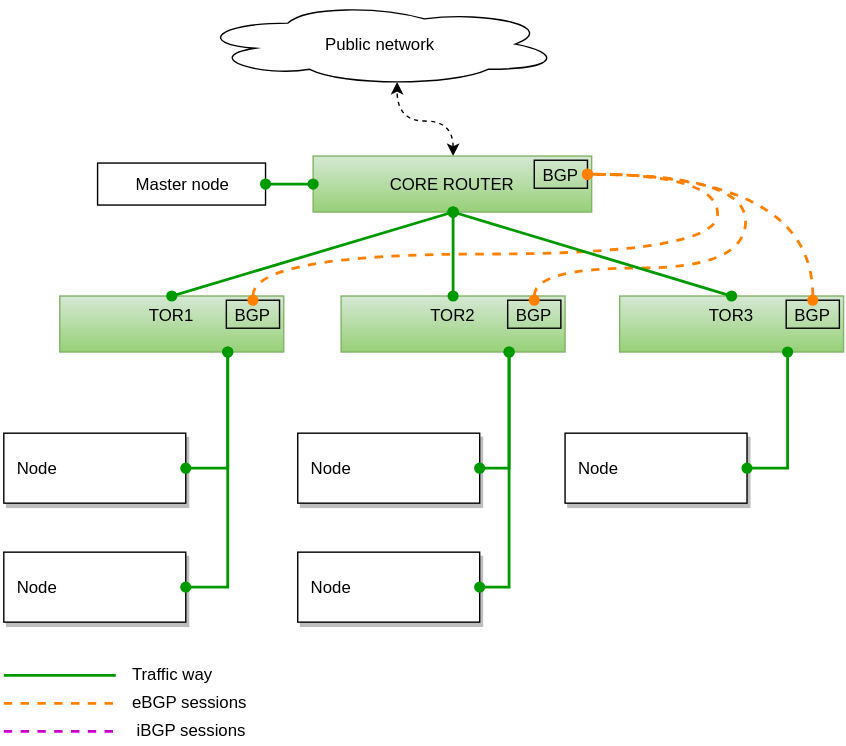
xenolog/vagrant-multirack keeps this draw.io diagram as img/Typical_multirack.svg. Above is the earlier version. Source tidied: cells renumbered, new cells last; positions are measured from the earlier drawing's top-left corner, leaving out a move shared by most shapes. The source it was exported from:
```xml
<mxGraphModel background="#ffffff">
  <root>
    <mxCell id="0" />
    <mxCell id="1" parent="0" />
    <mxCell id="2" value="Master node" style="whiteSpace=wrap;html=1;shadow=0;" parent="1" vertex="1">
      <mxGeometry x="67" y="115" width="120" height="30" as="geometry" />
    </mxCell>
    <mxCell id="3" value="Public network" style="ellipse;shape=cloud;whiteSpace=wrap;html=1;" parent="1" vertex="1">
      <mxGeometry x="138" width="260" height="60" as="geometry" />
    </mxCell>
    <mxCell id="4" value="&lt;div style=&quot;text-align: left&quot;&gt;&amp;nbsp; Node&lt;/div&gt;" style="whiteSpace=wrap;html=1;shadow=1;align=left;" parent="1" vertex="1">
      <mxGeometry x="401" y="308" width="130" height="50" as="geometry" />
    </mxCell>
    <mxCell id="5" style="edgeStyle=orthogonalEdgeStyle;curved=1;rounded=0;html=1;exitX=0.5;exitY=0;entryX=0.55;entryY=0.95;entryPerimeter=0;dashed=1;startArrow=classic;startFill=1;endArrow=classic;endFill=1;strokeColor=#000000;strokeWidth=1;" parent="1" edge="1" source="16" target="3">
      <mxGeometry relative="1" as="geometry" />
    </mxCell>
    <mxCell id="6" style="group;" parent="1" vertex="1">
      <mxGeometry x="440" y="210" width="160" height="40" as="geometry" />
    </mxCell>
    <mxCell id="7" value="TOR3&lt;br&gt;&lt;br&gt;" style="whiteSpace=wrap;html=1;plain-green;" parent="6" vertex="1">
      <mxGeometry width="160" height="40" as="geometry" />
    </mxCell>
    <mxCell id="8" value="BGP" style="text;html=1;strokeColor=#000000;fillColor=none;align=center;verticalAlign=middle;whiteSpace=wrap;" parent="6" vertex="1">
      <mxGeometry x="119" y="3" width="38" height="20" as="geometry" />
    </mxCell>
    <mxCell id="9" style="group;" parent="1" vertex="1">
      <mxGeometry x="241" y="210" width="160" height="40" as="geometry" />
    </mxCell>
    <mxCell id="10" value="TOR2&lt;br&gt;&lt;br&gt;" style="whiteSpace=wrap;html=1;plain-green;" parent="9" vertex="1">
      <mxGeometry width="160" height="40" as="geometry" />
    </mxCell>
    <mxCell id="11" value="BGP" style="text;html=1;strokeColor=#000000;fillColor=none;align=center;verticalAlign=middle;whiteSpace=wrap;" parent="9" vertex="1">
      <mxGeometry x="119" y="3" width="38" height="20" as="geometry" />
    </mxCell>
    <mxCell id="12" style="group;" parent="1" vertex="1">
      <mxGeometry x="40" y="210" width="160" height="40" as="geometry" />
    </mxCell>
    <mxCell id="13" value="TOR1&lt;br&gt;&lt;br&gt;" style="whiteSpace=wrap;html=1;plain-green;" parent="12" vertex="1">
      <mxGeometry width="160" height="40" as="geometry" />
    </mxCell>
    <mxCell id="14" value="BGP" style="text;html=1;strokeColor=#000000;fillColor=none;align=center;verticalAlign=middle;whiteSpace=wrap;" parent="12" vertex="1">
      <mxGeometry x="119" y="3" width="38" height="20" as="geometry" />
    </mxCell>
    <mxCell id="15" style="group;" parent="1" vertex="1">
      <mxGeometry x="221" y="110" width="199" height="40" as="geometry" />
    </mxCell>
    <mxCell id="16" value="CORE ROUTER" style="whiteSpace=wrap;html=1;plain-green;" parent="15" vertex="1">
      <mxGeometry width="199" height="40" as="geometry" />
    </mxCell>
    <mxCell id="17" value="BGP" style="text;html=1;strokeColor=#000000;fillColor=none;align=center;verticalAlign=middle;whiteSpace=wrap;" parent="15" vertex="1">
      <mxGeometry x="158" y="3" width="38" height="20" as="geometry" />
    </mxCell>
    <mxCell id="18" style="rounded=0;html=1;exitX=0.5;exitY=0;entryX=0.5;entryY=1;startArrow=oval;startFill=1;endArrow=oval;endFill=1;strokeColor=#009900;strokeWidth=2;" parent="1" edge="1" source="13" target="16">
      <mxGeometry relative="1" as="geometry" />
    </mxCell>
    <mxCell id="19" value="&amp;nbsp; Node" style="whiteSpace=wrap;html=1;shadow=1;align=left;spacingRight=6;" parent="1" vertex="1">
      <mxGeometry y="308" width="130" height="50" as="geometry" />
    </mxCell>
    <mxCell id="20" value="&lt;div style=&quot;text-align: left&quot;&gt;&lt;span style=&quot;line-height: 1.2&quot;&gt;&amp;nbsp; Node&lt;/span&gt;&lt;/div&gt;" style="whiteSpace=wrap;html=1;shadow=1;align=left;" parent="1" vertex="1">
      <mxGeometry y="393" width="130" height="50" as="geometry" />
    </mxCell>
    <mxCell id="21" value="&amp;nbsp; Node" style="whiteSpace=wrap;html=1;shadow=1;align=left;" parent="1" vertex="1">
      <mxGeometry x="210" y="393" width="130" height="50" as="geometry" />
    </mxCell>
    <mxCell id="22" value="&amp;nbsp; Node" style="whiteSpace=wrap;html=1;shadow=1;align=left;" parent="1" vertex="1">
      <mxGeometry x="210" y="308" width="130" height="50" as="geometry" />
    </mxCell>
    <mxCell id="23" style="edgeStyle=elbowEdgeStyle;rounded=0;html=1;entryX=0.75;entryY=1;startArrow=oval;startFill=1;endArrow=oval;endFill=1;strokeColor=#009900;strokeWidth=2;exitX=1;exitY=0.5;" parent="1" edge="1" source="19" target="13">
      <mxGeometry relative="1" as="geometry">
        <Array as="points">
          <mxPoint x="160" y="333" />
        </Array>
      </mxGeometry>
    </mxCell>
    <mxCell id="24" style="rounded=0;html=1;exitX=0.5;exitY=0;entryX=1;entryY=0.5;startArrow=oval;startFill=1;endArrow=oval;endFill=1;strokeColor=#FF8000;strokeWidth=2;dashed=1;edgeStyle=orthogonalEdgeStyle;curved=1;" parent="1" edge="1" source="14" target="17">
      <mxGeometry x="350" y="194" as="geometry">
        <Array as="points">
          <mxPoint x="178" y="180" />
          <mxPoint x="510" y="180" />
          <mxPoint x="510" y="123" />
        </Array>
      </mxGeometry>
    </mxCell>
    <mxCell id="25" style="rounded=0;html=1;exitX=0.5;exitY=0;entryX=1;entryY=0.5;startArrow=oval;startFill=1;endArrow=oval;endFill=1;strokeColor=#FF8000;strokeWidth=2;dashed=1;edgeStyle=orthogonalEdgeStyle;curved=1;" parent="1" edge="1" source="11" target="17">
      <mxGeometry x="360" y="204" as="geometry">
        <Array as="points">
          <mxPoint x="379" y="190" />
          <mxPoint x="530" y="190" />
          <mxPoint x="530" y="123" />
        </Array>
      </mxGeometry>
    </mxCell>
    <mxCell id="26" style="rounded=0;html=1;exitX=0.5;exitY=0;entryX=1;entryY=0.5;startArrow=oval;startFill=1;endArrow=oval;endFill=1;strokeColor=#FF8000;strokeWidth=2;dashed=1;edgeStyle=orthogonalEdgeStyle;curved=1;" parent="1" edge="1" source="8" target="17">
      <mxGeometry x="370" y="214" as="geometry" />
    </mxCell>
    <mxCell id="27" style="edgeStyle=elbowEdgeStyle;rounded=0;html=1;exitX=1;exitY=0.5;entryX=0.75;entryY=1;startArrow=oval;startFill=1;endArrow=oval;endFill=1;strokeColor=#009900;strokeWidth=2;" parent="1" edge="1" source="20" target="13">
      <mxGeometry relative="1" as="geometry">
        <Array as="points">
          <mxPoint x="160" y="410" />
        </Array>
      </mxGeometry>
    </mxCell>
    <mxCell id="28" style="edgeStyle=elbowEdgeStyle;rounded=0;html=1;exitX=1;exitY=0.5;entryX=0.75;entryY=1;startArrow=oval;startFill=1;endArrow=oval;endFill=1;strokeColor=#009900;strokeWidth=2;" parent="1" edge="1" source="21" target="10">
      <mxGeometry x="180" y="374" as="geometry">
        <Array as="points">
          <mxPoint x="361" y="410" />
        </Array>
      </mxGeometry>
    </mxCell>
    <mxCell id="29" style="edgeStyle=elbowEdgeStyle;rounded=0;html=1;exitX=1;exitY=0.5;entryX=0.75;entryY=1;startArrow=oval;startFill=1;endArrow=oval;endFill=1;strokeColor=#009900;strokeWidth=2;" parent="1" edge="1" source="22" target="10">
      <mxGeometry x="191" y="390" as="geometry">
        <Array as="points">
          <mxPoint x="361" y="340" />
        </Array>
      </mxGeometry>
    </mxCell>
    <mxCell id="30" style="rounded=0;html=1;exitX=0.5;exitY=0;entryX=0.5;entryY=1;startArrow=oval;startFill=1;endArrow=oval;endFill=1;strokeColor=#009900;strokeWidth=2;" parent="1" edge="1" source="7" target="16">
      <mxGeometry x="220" y="244" as="geometry" />
    </mxCell>
    <mxCell id="31" style="rounded=0;html=1;exitX=0.5;exitY=0;entryX=0.5;entryY=1;startArrow=oval;startFill=1;endArrow=oval;endFill=1;strokeColor=#009900;strokeWidth=2;" parent="1" edge="1" source="10" target="16">
      <mxGeometry x="210" y="234" as="geometry" />
    </mxCell>
    <mxCell id="32" style="edgeStyle=elbowEdgeStyle;rounded=0;html=1;exitX=1;exitY=0.5;entryX=0.75;entryY=1;startArrow=oval;startFill=1;endArrow=oval;endFill=1;strokeColor=#009900;strokeWidth=2;" parent="1" edge="1" source="4" target="7">
      <mxGeometry x="190" y="384" as="geometry">
        <Array as="points">
          <mxPoint x="560" y="333" />
        </Array>
      </mxGeometry>
    </mxCell>
    <mxCell id="33" style="edgeStyle=none;rounded=0;html=1;startArrow=oval;startFill=1;endArrow=oval;endFill=1;exitX=1;exitY=0.5;strokeColor=#009900;strokeWidth=2;" parent="1" edge="1" source="2" target="16">
      <mxGeometry relative="1" as="geometry" />
    </mxCell>
    <mxCell id="34" style="group;" parent="1" vertex="1">
      <mxGeometry y="470" width="440" height="60" as="geometry" />
    </mxCell>
    <mxCell id="35" style="group;" parent="34" vertex="1">
      <mxGeometry width="440" height="20" as="geometry" />
    </mxCell>
    <mxCell id="36" style="rounded=0;html=1;startArrow=none;startFill=0;endArrow=none;endFill=0;strokeColor=#009900;strokeWidth=2;" parent="35" edge="1">
      <mxGeometry x="-344" y="135" as="geometry">
        <mxPoint y="11" as="sourcePoint" />
        <mxPoint x="80" y="11" as="targetPoint" />
      </mxGeometry>
    </mxCell>
    <mxCell id="37" value="&lt;div style=&quot;text-align: left&quot;&gt;&lt;span&gt;Traffic way&lt;/span&gt;&lt;/div&gt;" style="text;html=1;strokeColor=none;fillColor=none;align=left;verticalAlign=middle;whiteSpace=wrap;" parent="35" vertex="1">
      <mxGeometry x="90" width="350" height="20" as="geometry" />
    </mxCell>
    <mxCell id="38" style="group;" parent="34" vertex="1">
      <mxGeometry y="20" width="440" height="20" as="geometry" />
    </mxCell>
    <mxCell id="39" style="rounded=0;html=1;startArrow=none;startFill=0;endArrow=none;endFill=0;strokeColor=#FF8000;strokeWidth=2;dashed=1;" parent="38" edge="1">
      <mxGeometry x="-344" y="135" as="geometry">
        <mxPoint y="11" as="sourcePoint" />
        <mxPoint x="80" y="11" as="targetPoint" />
      </mxGeometry>
    </mxCell>
    <mxCell id="40" value="&lt;div style=&quot;text-align: left&quot;&gt;&lt;span&gt;eBGP sessions&lt;/span&gt;&lt;/div&gt;" style="text;html=1;strokeColor=none;fillColor=none;align=left;verticalAlign=middle;whiteSpace=wrap;" parent="38" vertex="1">
      <mxGeometry x="90" width="350" height="20" as="geometry" />
    </mxCell>
    <mxCell id="41" style="group;" parent="34" vertex="1">
      <mxGeometry y="40" width="440" height="20" as="geometry" />
    </mxCell>
    <mxCell id="42" style="rounded=0;html=1;startArrow=none;startFill=0;endArrow=none;endFill=0;strokeColor=#CC00CC;strokeWidth=2;dashed=1;" parent="41" edge="1">
      <mxGeometry x="-344" y="135" as="geometry">
        <mxPoint y="11" as="sourcePoint" />
        <mxPoint x="80" y="11" as="targetPoint" />
      </mxGeometry>
    </mxCell>
    <mxCell id="43" value="&lt;div style=&quot;text-align: left&quot;&gt;&lt;span&gt;&amp;nbsp;iBGP sessions&lt;/span&gt;&lt;/div&gt;" style="text;html=1;strokeColor=none;fillColor=none;align=left;verticalAlign=middle;whiteSpace=wrap;" parent="41" vertex="1">
      <mxGeometry x="90" width="350" height="20" as="geometry" />
    </mxCell>
  </root>
</mxGraphModel>
```
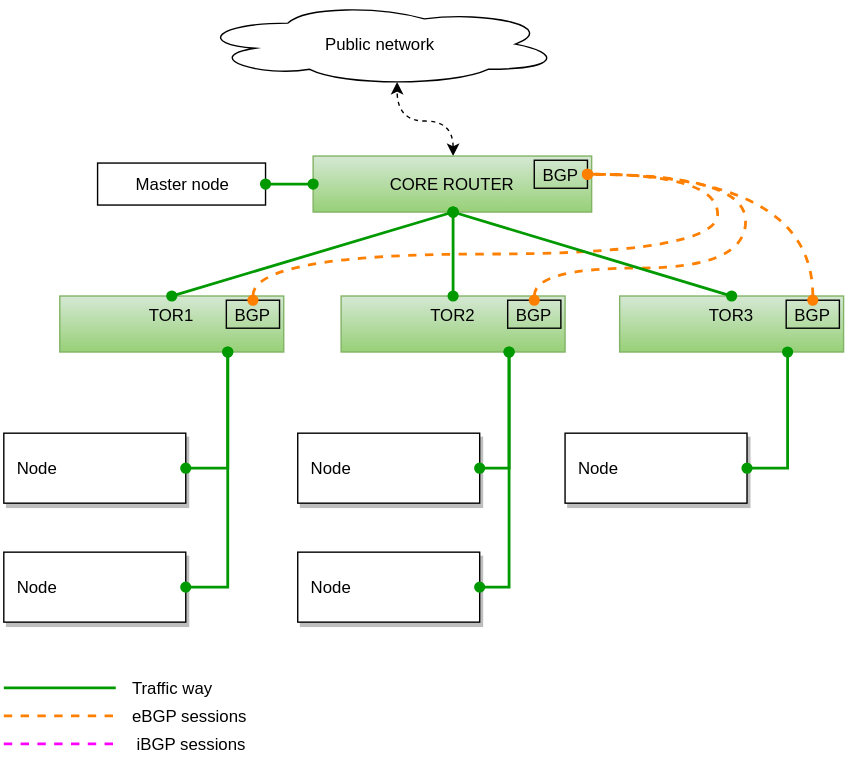
After the commit.

What changed in the source:
```diff
@@ -130,44 +130,35 @@
     <mxCell id="33" style="edgeStyle=none;rounded=0;html=1;startArrow=oval;startFill=1;endArrow=oval;endFill=1;exitX=1;exitY=0.5;strokeColor=#009900;strokeWidth=2;" parent="1" edge="1" source="2" target="16">
       <mxGeometry relative="1" as="geometry" />
     </mxCell>
-    <mxCell id="34" style="group;" parent="1" vertex="1">
-      <mxGeometry y="470" width="440" height="60" as="geometry" />
-    </mxCell>
-    <mxCell id="35" style="group;" parent="34" vertex="1">
-      <mxGeometry width="440" height="20" as="geometry" />
-    </mxCell>
+    <mxCell id="44" style="group;" parent="1" vertex="1">
+      <mxGeometry y="480" width="200" height="60" as="geometry" />
+    </mxCell>
-    <mxCell id="36" style="rounded=0;html=1;startArrow=none;startFill=0;endArrow=none;endFill=0;strokeColor=#009900;strokeWidth=2;" parent="35" edge="1">
-      <mxGeometry x="-344" y="135" as="geometry">
-        <mxPoint y="11" as="sourcePoint" />
-        <mxPoint x="80" y="11" as="targetPoint" />
+    <mxCell id="36" style="edgeStyle=none;rounded=0;html=1;startArrow=none;startFill=0;endArrow=none;endFill=0;exitX=1;exitY=0.5;strokeColor=#009900;strokeWidth=2;" parent="44" edge="1">
+      <mxGeometry y="10" as="geometry">
+        <mxPoint y="10" as="sourcePoint" />
+        <mxPoint x="80" y="10" as="targetPoint" />
       </mxGeometry>
     </mxCell>
-    <mxCell id="37" value="&lt;div style=&quot;text-align: left&quot;&gt;&lt;span&gt;Traffic way&lt;/span&gt;&lt;/div&gt;" style="text;html=1;strokeColor=none;fillColor=none;align=left;verticalAlign=middle;whiteSpace=wrap;" parent="35" vertex="1">
-      <mxGeometry x="90" width="350" height="20" as="geometry" />
+    <mxCell id="37" value="Traffic way" style="text;html=1;strokeColor=none;fillColor=none;align=left;verticalAlign=middle;whiteSpace=wrap;" parent="44" vertex="1">
+      <mxGeometry x="90" width="110" height="20" as="geometry" />
     </mxCell>
+    <mxCell id="35" style="edgeStyle=none;rounded=0;html=1;startArrow=none;startFill=0;endArrow=none;endFill=0;exitX=1;exitY=0.5;strokeColor=#FF8000;strokeWidth=2;dashed=1;" parent="44" edge="1">
+      <mxGeometry y="30" as="geometry">
+        <mxPoint y="30" as="sourcePoint" />
+        <mxPoint x="80" y="30" as="targetPoint" />
+      </mxGeometry>
+    </mxCell>
-    <mxCell id="38" style="group;" parent="34" vertex="1">
-      <mxGeometry y="20" width="440" height="20" as="geometry" />
+    <mxCell id="38" value="eBGP sessions" style="text;html=1;strokeColor=none;fillColor=none;align=left;verticalAlign=middle;whiteSpace=wrap;" parent="44" vertex="1">
+      <mxGeometry x="90" y="20" width="110" height="20" as="geometry" />
     </mxCell>
-    <mxCell id="39" style="rounded=0;html=1;startArrow=none;startFill=0;endArrow=none;endFill=0;strokeColor=#FF8000;strokeWidth=2;dashed=1;" parent="38" edge="1">
-      <mxGeometry x="-344" y="135" as="geometry">
-        <mxPoint y="11" as="sourcePoint" />
-        <mxPoint x="80" y="11" as="targetPoint" />
+    <mxCell id="39" style="edgeStyle=none;rounded=0;html=1;startArrow=none;startFill=0;endArrow=none;endFill=0;exitX=1;exitY=0.5;strokeColor=#FF00FF;strokeWidth=2;dashed=1;" parent="44" edge="1">
+      <mxGeometry y="50" as="geometry">
+        <mxPoint y="50" as="sourcePoint" />
+        <mxPoint x="80" y="50" as="targetPoint" />
       </mxGeometry>
     </mxCell>
-    <mxCell id="40" value="&lt;div style=&quot;text-align: left&quot;&gt;&lt;span&gt;eBGP sessions&lt;/span&gt;&lt;/div&gt;" style="text;html=1;strokeColor=none;fillColor=none;align=left;verticalAlign=middle;whiteSpace=wrap;" parent="38" vertex="1">
-      <mxGeometry x="90" width="350" height="20" as="geometry" />
+    <mxCell id="40" value="&amp;nbsp;iBGP sessions" style="text;html=1;strokeColor=none;fillColor=none;align=left;verticalAlign=middle;whiteSpace=wrap;" parent="44" vertex="1">
+      <mxGeometry x="90" y="40" width="110" height="20" as="geometry" />
     </mxCell>
-    <mxCell id="41" style="group;" parent="34" vertex="1">
-      <mxGeometry y="40" width="440" height="20" as="geometry" />
-    </mxCell>
-    <mxCell id="42" style="rounded=0;html=1;startArrow=none;startFill=0;endArrow=none;endFill=0;strokeColor=#CC00CC;strokeWidth=2;dashed=1;" parent="41" edge="1">
-      <mxGeometry x="-344" y="135" as="geometry">
-        <mxPoint y="11" as="sourcePoint" />
-        <mxPoint x="80" y="11" as="targetPoint" />
-      </mxGeometry>
-    </mxCell>
-    <mxCell id="43" value="&lt;div style=&quot;text-align: left&quot;&gt;&lt;span&gt;&amp;nbsp;iBGP sessions&lt;/span&gt;&lt;/div&gt;" style="text;html=1;strokeColor=none;fillColor=none;align=left;verticalAlign=middle;whiteSpace=wrap;" parent="41" vertex="1">
-      <mxGeometry x="90" width="350" height="20" as="geometry" />
-    </mxCell>
   </root>
 </mxGraphModel>
```
